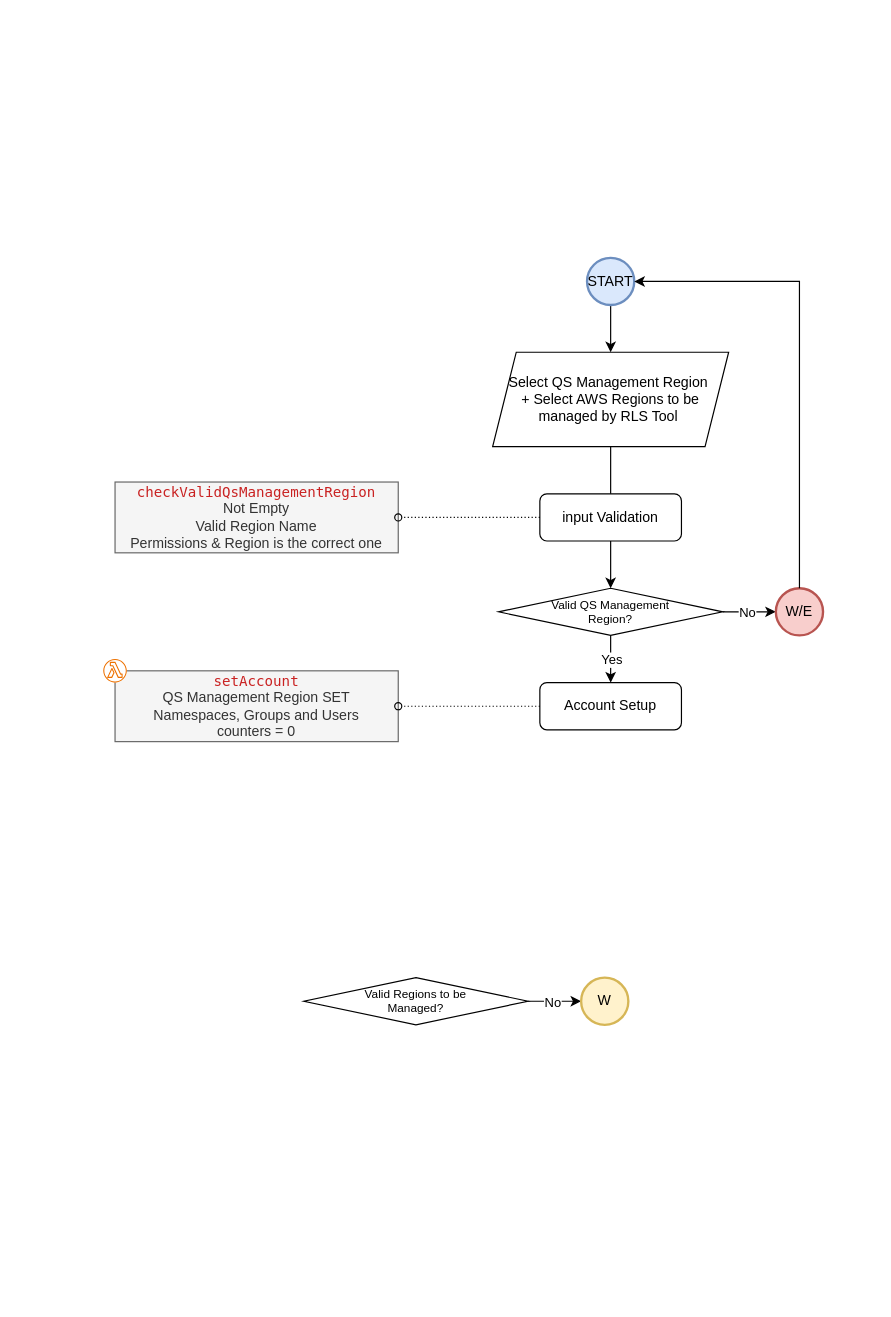
The draw.io diagram page "doAccountInit" (2 of 13) of src/images/RLS - Permission Management Tool.drawio in AndrePhoto/QuickSight-RLS-Manager, before the edit. Source tidied: cells renumbered, new cells numbered last; positions are measured from the earlier drawing's top-left corner, leaving out a move shared by most shapes. Both pictures are drawn from the tidied source at 118%, with x=0, y=0 at pixel (103, 257).
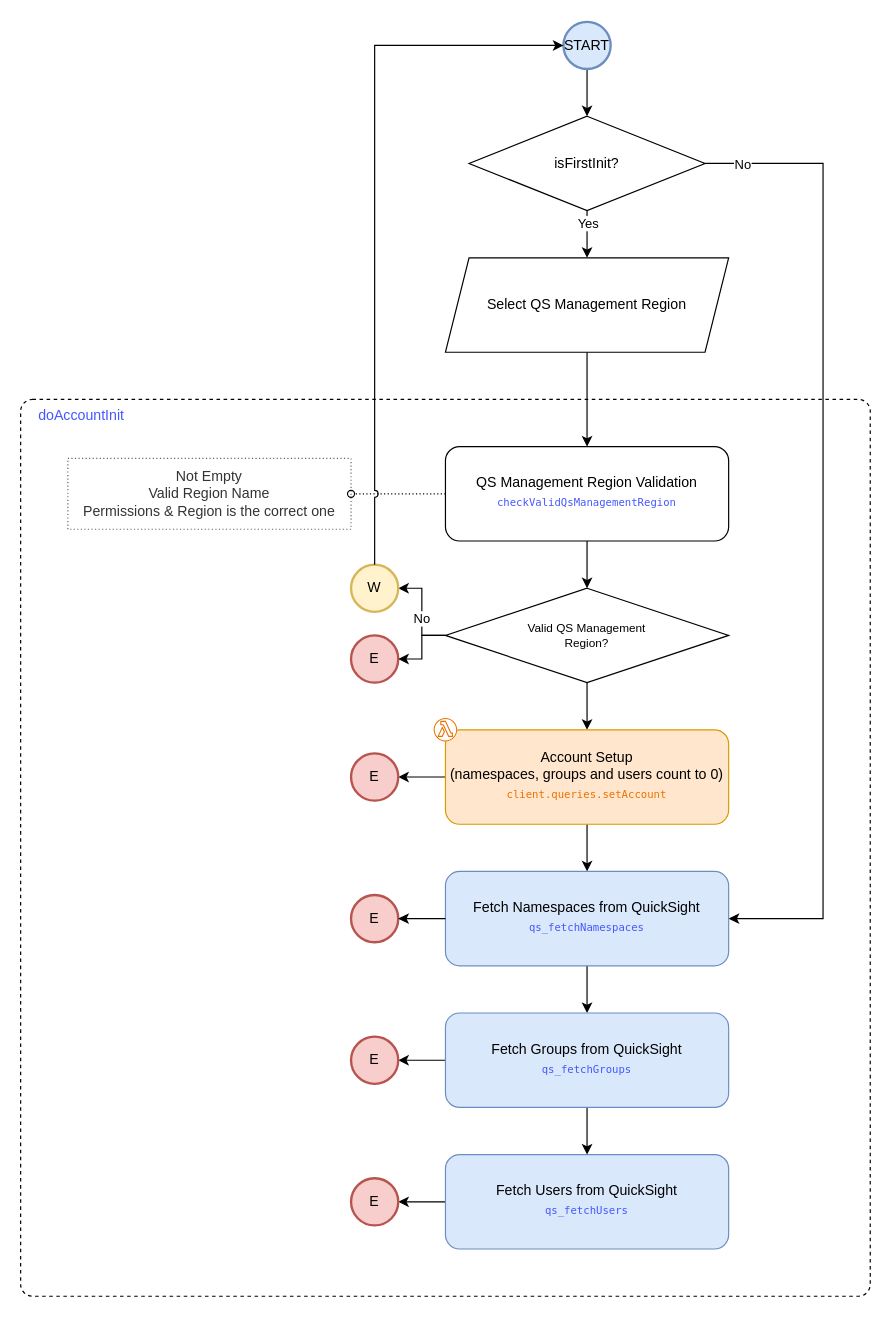
The same diagram, later.

The edit, as a diff of the source:
```diff
@@
-    <mxCell id="2" style="edgeStyle=orthogonalEdgeStyle;rounded=0;jettySize=auto;html=1;" parent="1" edge="1" source="3">
-      <mxGeometry relative="1" as="geometry">
-        <mxPoint x="430" y="80" as="targetPoint" />
-      </mxGeometry>
-    </mxCell>
+    <mxCell id="27" value="&lt;font style=&quot;color: rgb(68, 87, 255);&quot;&gt;&amp;nbsp; &amp;nbsp; doAccountInit&lt;/font&gt;" style="html=1;align=left;verticalAlign=top;rounded=1;absoluteArcSize=1;arcSize=20;dashed=1;whiteSpace=wrap;fillColor=none;" parent="1" vertex="1">
+      <mxGeometry x="-70" y="120" width="720" height="760" as="geometry" />
+    </mxCell>
+    <mxCell id="28" style="edgeStyle=orthogonalEdgeStyle;rounded=0;jettySize=auto;html=1;entryX=0.5;entryY=0;entryDx=0;entryDy=0;" parent="1" edge="1" source="3" target="45">
+      <mxGeometry relative="1" as="geometry" />
+    </mxCell>
     <mxCell id="3" value="START" style="strokeWidth=2;html=1;shape=mxgraph.flowchart.start_2;whiteSpace=wrap;fillColor=#dae8fc;strokeColor=#6c8ebf;" parent="1" vertex="1">
-      <mxGeometry x="410" width="40" height="40" as="geometry" />
+      <mxGeometry x="390" y="-200" width="40" height="40" as="geometry" />
     </mxCell>
-    <mxCell id="4" style="edgeStyle=orthogonalEdgeStyle;rounded=0;orthogonalLoop=1;jettySize=auto;html=1;" parent="1" edge="1">
-      <mxGeometry relative="1" as="geometry">
-        <mxPoint x="430" y="160" as="sourcePoint" />
-        <mxPoint x="430" y="210" as="targetPoint" />
-      </mxGeometry>
-    </mxCell>
-    <mxCell id="5" style="edgeStyle=orthogonalEdgeStyle;rounded=0;jettySize=auto;html=1;" parent="1" edge="1" source="12" target="7">
-      <mxGeometry relative="1" as="geometry" />
-    </mxCell>
-    <mxCell id="6" value="No" style="edgeLabel;html=1;align=center;verticalAlign=middle;" parent="5" vertex="1">
-      <mxGeometry x="-0.11" y="1" relative="1" as="geometry">
-        <mxPoint y="1" as="offset" />
-      </mxGeometry>
-    </mxCell>
-    <mxCell id="7" value="W/E" style="strokeWidth=2;html=1;shape=mxgraph.flowchart.start_2;whiteSpace=wrap;fillColor=#f8cecc;strokeColor=#b85450;" parent="1" vertex="1">
-      <mxGeometry x="570" y="280" width="40" height="40" as="geometry" />
-    </mxCell>
-    <mxCell id="8" style="edgeStyle=orthogonalEdgeStyle;rounded=0;jettySize=auto;html=1;entryX=1;entryY=0.5;entryDx=0;entryDy=0;entryPerimeter=0;" parent="1" edge="1" source="7" target="3">
-      <mxGeometry relative="1" as="geometry">
-        <Array as="points">
-          <mxPoint x="590" y="20" />
-        </Array>
-      </mxGeometry>
-    </mxCell>
-    <mxCell id="9" value="Select QS Management Region&amp;nbsp;&lt;div&gt;+ Select AWS Regions to be managed by RLS Tool&amp;nbsp;&lt;/div&gt;" style="shape=parallelogram;perimeter=parallelogramPerimeter;whiteSpace=wrap;html=1;fixedSize=1;" parent="1" vertex="1">
-      <mxGeometry x="330" y="80" width="200" height="80" as="geometry" />
-    </mxCell>
-    <mxCell id="10" style="edgeStyle=orthogonalEdgeStyle;rounded=0;jettySize=auto;html=1;entryX=0.5;entryY=0;entryDx=0;entryDy=0;" parent="1" edge="1" source="12" target="20">
-      <mxGeometry relative="1" as="geometry">
-        <Array as="points">
-          <mxPoint x="430" y="350" />
-          <mxPoint x="430" y="350" />
-        </Array>
-      </mxGeometry>
-    </mxCell>
-    <mxCell id="11" value="Yes" style="edgeLabel;html=1;align=center;verticalAlign=middle;" parent="10" vertex="1">
-      <mxGeometry relative="1" as="geometry" />
-    </mxCell>
+    <mxCell id="29" style="edgeStyle=orthogonalEdgeStyle;rounded=0;jettySize=auto;html=1;exitX=0.5;exitY=1;exitDx=0;exitDy=0;entryX=0.5;entryY=0;entryDx=0;entryDy=0;" parent="1" edge="1" source="32" target="35">
+      <mxGeometry relative="1" as="geometry" />
+    </mxCell>
+    <mxCell id="30" style="edgeStyle=orthogonalEdgeStyle;rounded=0;jettySize=auto;html=1;" parent="1" edge="1" source="12" target="18">
+      <mxGeometry relative="1" as="geometry" />
+    </mxCell>
+    <mxCell id="31" value="No" style="edgeLabel;html=1;align=center;verticalAlign=middle;" parent="30" vertex="1">
+      <mxGeometry x="-0.11" y="1" relative="1" as="geometry">
+        <mxPoint y="1" as="offset" />
+      </mxGeometry>
+    </mxCell>
+    <mxCell id="18" value="W" style="strokeWidth=2;html=1;shape=mxgraph.flowchart.start_2;whiteSpace=wrap;fillColor=#fff2cc;strokeColor=#d6b656;" parent="1" vertex="1">
+      <mxGeometry x="210" y="260" width="40" height="40" as="geometry" />
+    </mxCell>
+    <mxCell id="32" value="Select QS Management Region" style="shape=parallelogram;perimeter=parallelogramPerimeter;whiteSpace=wrap;html=1;fixedSize=1;" parent="1" vertex="1">
+      <mxGeometry x="290" width="240" height="80" as="geometry" />
+    </mxCell>
+    <mxCell id="33" style="edgeStyle=orthogonalEdgeStyle;rounded=0;jettySize=auto;html=1;entryX=0.5;entryY=0;entryDx=0;entryDy=0;" parent="1" edge="1" source="12" target="39">
+      <mxGeometry relative="1" as="geometry" />
+    </mxCell>
     <mxCell id="12" value="Valid QS Management&lt;div&gt;Region?&lt;/div&gt;" style="rhombus;whiteSpace=wrap;html=1;fontSize=10;" parent="1" vertex="1">
-      <mxGeometry x="335" y="280" width="190" height="40" as="geometry" />
+      <mxGeometry x="290" y="280" width="240" height="80" as="geometry" />
     </mxCell>
-    <mxCell id="13" style="edgeStyle=orthogonalEdgeStyle;rounded=0;jettySize=auto;html=1;" parent="1" edge="1" source="14" target="12">
-      <mxGeometry relative="1" as="geometry" />
-    </mxCell>
-    <mxCell id="14" value="input Validation" style="rounded=1;whiteSpace=wrap;html=1;" parent="1" vertex="1">
-      <mxGeometry x="370" y="200" width="120" height="40" as="geometry" />
-    </mxCell>
-    <mxCell id="15" style="edgeStyle=orthogonalEdgeStyle;rounded=0;jettySize=auto;html=1;" parent="1" edge="1" source="17" target="18">
-      <mxGeometry relative="1" as="geometry" />
-    </mxCell>
-    <mxCell id="16" value="No" style="edgeLabel;html=1;align=center;verticalAlign=middle;" parent="15" vertex="1">
-      <mxGeometry x="-0.13" relative="1" as="geometry" />
-    </mxCell>
-    <mxCell id="17" value="Valid Regions to be&lt;div&gt;Managed?&lt;/div&gt;" style="rhombus;whiteSpace=wrap;html=1;fontSize=10;" parent="1" vertex="1">
-      <mxGeometry x="170" y="610" width="190" height="40" as="geometry" />
-    </mxCell>
-    <mxCell id="18" value="W" style="strokeWidth=2;html=1;shape=mxgraph.flowchart.start_2;whiteSpace=wrap;fillColor=#fff2cc;strokeColor=#d6b656;" parent="1" vertex="1">
-      <mxGeometry x="405" y="610" width="40" height="40" as="geometry" />
-    </mxCell>
-    <mxCell id="19" value="&lt;span style=&quot;font-family: Menlo, Monaco, &amp;quot;Courier New&amp;quot;, monospace; white-space: pre;&quot;&gt;&lt;font style=&quot;color: light-dark(rgb(201, 34, 34), rgb(54, 54, 11));&quot;&gt;checkValidQsManagementRegion&lt;/font&gt;&lt;/span&gt;&lt;div&gt;Not Empty&lt;/div&gt;&lt;div&gt;Valid Region Name&lt;/div&gt;&lt;div&gt;Permissions &amp;amp; Region is the correct one&lt;/div&gt;" style="rounded=0;whiteSpace=wrap;html=1;fillColor=#f5f5f5;strokeColor=#666666;fontColor=#333333;" parent="1" vertex="1">
-      <mxGeometry x="10" y="190" width="240" height="60" as="geometry" />
-    </mxCell>
-    <mxCell id="20" value="Account Setup" style="rounded=1;whiteSpace=wrap;html=1;" parent="1" vertex="1">
-      <mxGeometry x="370" y="360" width="120" height="40" as="geometry" />
-    </mxCell>
-    <mxCell id="21" value="&lt;span style=&quot;font-family: Menlo, Monaco, &amp;quot;Courier New&amp;quot;, monospace; white-space: pre;&quot;&gt;&lt;font style=&quot;color: rgb(201, 34, 34);&quot;&gt;setAccount&lt;/font&gt;&lt;/span&gt;&lt;div&gt;QS Management Region SET&lt;/div&gt;&lt;div&gt;Namespaces, Groups and Users&lt;/div&gt;&lt;div&gt;counters = 0&lt;/div&gt;" style="rounded=0;whiteSpace=wrap;html=1;fillColor=#f5f5f5;strokeColor=#666666;fontColor=#333333;" parent="1" vertex="1">
-      <mxGeometry x="10" y="350" width="240" height="60" as="geometry" />
-    </mxCell>
-    <mxCell id="22" style="edgeStyle=orthogonalEdgeStyle;rounded=0;jettySize=auto;html=1;dashed=1;dashPattern=1 2;endArrow=oval;startFill=0;endFill=0;exitX=0;exitY=0.5;exitDx=0;exitDy=0;entryX=1;entryY=0.5;entryDx=0;entryDy=0;" parent="1" edge="1" source="20" target="21">
-      <mxGeometry relative="1" as="geometry" />
-    </mxCell>
-    <mxCell id="23" style="edgeStyle=orthogonalEdgeStyle;rounded=0;jettySize=auto;html=1;dashed=1;dashPattern=1 2;endArrow=oval;startFill=0;endFill=0;entryX=1;entryY=0.5;entryDx=0;entryDy=0;exitX=0;exitY=0.5;exitDx=0;exitDy=0;" parent="1" edge="1" source="14" target="19">
-      <mxGeometry relative="1" as="geometry" />
-    </mxCell>
-    <mxCell id="24" style="group;" parent="1" vertex="1">
-      <mxGeometry y="340" width="20" height="20" as="geometry" />
-    </mxCell>
+    <mxCell id="34" style="edgeStyle=orthogonalEdgeStyle;rounded=0;jettySize=auto;html=1;" parent="1" edge="1" source="35" target="12">
+      <mxGeometry relative="1" as="geometry" />
+    </mxCell>
+    <mxCell id="35" value="QS Management Region Validation&lt;div&gt;&lt;div style=&quot;font-family: Menlo, Monaco, &amp;quot;Courier New&amp;quot;, monospace; line-height: 18px; white-space: pre;&quot;&gt;&lt;span&gt;&lt;font style=&quot;font-size: 9px; color: rgb(68, 87, 255);&quot;&gt;checkValidQsManagementRegion&lt;/font&gt;&lt;/span&gt;&lt;/div&gt;&lt;/div&gt;" style="rounded=1;whiteSpace=wrap;html=1;" parent="1" vertex="1">
+      <mxGeometry x="290" y="160" width="240" height="80" as="geometry" />
+    </mxCell>
+    <mxCell id="36" value="&lt;div&gt;Not Empty&lt;/div&gt;&lt;div&gt;Valid Region Name&lt;/div&gt;&lt;div&gt;Permissions &amp;amp; Region is the correct one&lt;/div&gt;" style="rounded=0;whiteSpace=wrap;html=1;fillColor=default;strokeColor=#666666;fontColor=#333333;dashed=1;dashPattern=1 2;" parent="1" vertex="1">
+      <mxGeometry x="-30" y="170" width="240" height="60" as="geometry" />
+    </mxCell>
+    <mxCell id="37" style="edgeStyle=orthogonalEdgeStyle;rounded=0;jettySize=auto;html=1;" parent="1" edge="1" source="39" target="49">
+      <mxGeometry relative="1" as="geometry" />
+    </mxCell>
+    <mxCell id="38" style="edgeStyle=orthogonalEdgeStyle;rounded=0;jettySize=auto;html=1;" parent="1" edge="1" source="39" target="51">
+      <mxGeometry relative="1" as="geometry" />
+    </mxCell>
+    <mxCell id="39" value="Account Setup&lt;div&gt;(namespaces, groups and users count to 0)&lt;br&gt;&lt;div&gt;&lt;div style=&quot;font-family: Menlo, Monaco, &amp;quot;Courier New&amp;quot;, monospace; line-height: 18px; white-space: pre;&quot;&gt;&lt;font style=&quot;font-size: 9px; color: rgb(237, 113, 0);&quot;&gt;client.queries.setAccount&lt;/font&gt;&lt;/div&gt;&lt;/div&gt;&lt;/div&gt;" style="rounded=1;whiteSpace=wrap;html=1;fillColor=#ffe6cc;strokeColor=#d79b00;" parent="1" vertex="1">
+      <mxGeometry x="290" y="400" width="240" height="80" as="geometry" />
+    </mxCell>
+    <mxCell id="40" style="edgeStyle=orthogonalEdgeStyle;rounded=0;jettySize=auto;html=1;dashed=1;dashPattern=1 2;endArrow=oval;startFill=0;endFill=0;entryX=1;entryY=0.5;entryDx=0;entryDy=0;exitX=0;exitY=0.5;exitDx=0;exitDy=0;" parent="1" edge="1" source="35" target="36">
+      <mxGeometry relative="1" as="geometry" />
+    </mxCell>
+    <mxCell id="41" style="group;" parent="1" vertex="1">
+      <mxGeometry x="280" y="390" width="20" height="20" as="geometry" />
+    </mxCell>
-    <mxCell id="25" style="ellipse;whiteSpace=wrap;html=1;strokeColor=none;" parent="24" vertex="1">
+    <mxCell id="25" style="ellipse;whiteSpace=wrap;html=1;strokeColor=none;" parent="41" vertex="1">
       <mxGeometry width="20" height="20" as="geometry" />
     </mxCell>
-    <mxCell id="26" style="sketch=0;fontColor=#232F3E;gradientColor=none;fillColor=#ED7100;strokeColor=none;dashed=0;verticalLabelPosition=bottom;verticalAlign=top;align=center;html=1;fontSize=12;fontStyle=0;shape=mxgraph.aws4.lambda_function;" parent="24" vertex="1">
+    <mxCell id="26" style="sketch=0;fontColor=#232F3E;gradientColor=none;fillColor=#ED7100;strokeColor=none;dashed=0;verticalLabelPosition=bottom;verticalAlign=top;align=center;html=1;fontSize=12;fontStyle=0;shape=mxgraph.aws4.lambda_function;" parent="41" vertex="1">
       <mxGeometry width="20" height="20" as="geometry" />
     </mxCell>
+    <mxCell id="42" style="edgeStyle=orthogonalEdgeStyle;rounded=0;jettySize=auto;html=1;entryX=0.5;entryY=0;entryDx=0;entryDy=0;" parent="1" edge="1" source="45" target="32">
+      <mxGeometry relative="1" as="geometry">
+        <Array as="points">
+          <mxPoint x="410" y="-20" />
+          <mxPoint x="410" y="-20" />
+        </Array>
+      </mxGeometry>
+    </mxCell>
+    <mxCell id="11" value="Yes" style="edgeLabel;html=1;align=center;verticalAlign=middle;" parent="42" vertex="1">
+      <mxGeometry x="-0.47" y="2" relative="1" as="geometry">
+        <mxPoint x="-2" y="-1" as="offset" />
+      </mxGeometry>
+    </mxCell>
+    <mxCell id="43" style="edgeStyle=orthogonalEdgeStyle;rounded=0;jettySize=auto;html=1;entryX=1;entryY=0.5;entryDx=0;entryDy=0;" parent="1" edge="1" source="45" target="51">
+      <mxGeometry relative="1" as="geometry">
+        <Array as="points">
+          <mxPoint x="610" y="-80" />
+          <mxPoint x="610" y="560" />
+        </Array>
+      </mxGeometry>
+    </mxCell>
+    <mxCell id="44" value="No" style="edgeLabel;html=1;align=center;verticalAlign=middle;" parent="43" vertex="1">
+      <mxGeometry x="-0.87" y="1" relative="1" as="geometry">
+        <mxPoint x="-22" y="1" as="offset" />
+      </mxGeometry>
+    </mxCell>
+    <mxCell id="45" value="isFirstInit?" style="rhombus;whiteSpace=wrap;html=1;" parent="1" vertex="1">
+      <mxGeometry x="310" y="-120" width="200" height="80" as="geometry" />
+    </mxCell>
+    <mxCell id="46" style="edgeStyle=orthogonalEdgeStyle;rounded=0;jettySize=auto;html=1;entryX=0;entryY=0.5;entryDx=0;entryDy=0;entryPerimeter=0;jumpStyle=arc;" parent="1" edge="1" source="18" target="3">
+      <mxGeometry relative="1" as="geometry">
+        <Array as="points">
+          <mxPoint x="230" y="-180" />
+        </Array>
+      </mxGeometry>
+    </mxCell>
+    <mxCell id="47" value="E" style="strokeWidth=2;html=1;shape=mxgraph.flowchart.start_2;whiteSpace=wrap;fillColor=#f8cecc;strokeColor=#b85450;" parent="1" vertex="1">
+      <mxGeometry x="210" y="320" width="40" height="40" as="geometry" />
+    </mxCell>
+    <mxCell id="48" style="edgeStyle=orthogonalEdgeStyle;rounded=0;jettySize=auto;html=1;entryX=1;entryY=0.5;entryDx=0;entryDy=0;entryPerimeter=0;" parent="1" edge="1" source="12" target="47">
+      <mxGeometry relative="1" as="geometry" />
+    </mxCell>
+    <mxCell id="49" value="E" style="strokeWidth=2;html=1;shape=mxgraph.flowchart.start_2;whiteSpace=wrap;fillColor=#f8cecc;strokeColor=#b85450;" parent="1" vertex="1">
+      <mxGeometry x="210" y="420" width="40" height="40" as="geometry" />
+    </mxCell>
+    <mxCell id="50" style="edgeStyle=orthogonalEdgeStyle;rounded=0;jettySize=auto;html=1;" parent="1" edge="1" source="51" target="54">
+      <mxGeometry relative="1" as="geometry" />
+    </mxCell>
+    <mxCell id="51" value="Fetch Namespaces from QuickSight&lt;div&gt;&lt;div style=&quot;font-family: Menlo, Monaco, &amp;quot;Courier New&amp;quot;, monospace; line-height: 18px; white-space: pre;&quot;&gt;&lt;span&gt;&lt;font style=&quot;color: rgb(68, 87, 255); font-size: 9px;&quot;&gt;qs_fetchNamespaces&lt;/font&gt;&lt;/span&gt;&lt;/div&gt;&lt;/div&gt;" style="rounded=1;whiteSpace=wrap;html=1;fillColor=#dae8fc;strokeColor=#6c8ebf;" parent="1" vertex="1">
+      <mxGeometry x="290" y="520" width="240" height="80" as="geometry" />
+    </mxCell>
+    <mxCell id="52" style="edgeStyle=orthogonalEdgeStyle;rounded=0;jettySize=auto;html=1;" parent="1" edge="1" source="54" target="58">
+      <mxGeometry relative="1" as="geometry" />
+    </mxCell>
+    <mxCell id="53" style="edgeStyle=orthogonalEdgeStyle;rounded=0;jettySize=auto;html=1;" parent="1" edge="1" source="54" target="59">
+      <mxGeometry relative="1" as="geometry" />
+    </mxCell>
+    <mxCell id="54" value="Fetch Groups from QuickSight&lt;div&gt;&lt;div style=&quot;font-family: Menlo, Monaco, &amp;quot;Courier New&amp;quot;, monospace; line-height: 18px; white-space: pre;&quot;&gt;&lt;span&gt;&lt;font style=&quot;color: rgb(68, 87, 255); font-size: 9px;&quot;&gt;qs_fetchGroups&lt;/font&gt;&lt;/span&gt;&lt;/div&gt;&lt;/div&gt;" style="rounded=1;whiteSpace=wrap;html=1;fillColor=#dae8fc;strokeColor=#6c8ebf;" parent="1" vertex="1">
+      <mxGeometry x="290" y="640" width="240" height="80" as="geometry" />
+    </mxCell>
+    <mxCell id="55" value="E" style="strokeWidth=2;html=1;shape=mxgraph.flowchart.start_2;whiteSpace=wrap;fillColor=#f8cecc;strokeColor=#b85450;" parent="1" vertex="1">
+      <mxGeometry x="210" y="540" width="40" height="40" as="geometry" />
+    </mxCell>
+    <mxCell id="56" style="edgeStyle=orthogonalEdgeStyle;rounded=0;jettySize=auto;html=1;entryX=1;entryY=0.5;entryDx=0;entryDy=0;entryPerimeter=0;" parent="1" edge="1" source="51" target="55">
+      <mxGeometry relative="1" as="geometry" />
+    </mxCell>
+    <mxCell id="57" style="edgeStyle=orthogonalEdgeStyle;rounded=0;jettySize=auto;html=1;" parent="1" edge="1" source="58" target="60">
+      <mxGeometry relative="1" as="geometry" />
+    </mxCell>
+    <mxCell id="58" value="Fetch Users from QuickSight&lt;div&gt;&lt;div style=&quot;font-family: Menlo, Monaco, &amp;quot;Courier New&amp;quot;, monospace; line-height: 18px; white-space: pre;&quot;&gt;&lt;span&gt;&lt;font style=&quot;color: rgb(68, 87, 255); font-size: 9px;&quot;&gt;qs_fetchUsers&lt;/font&gt;&lt;/span&gt;&lt;/div&gt;&lt;/div&gt;" style="rounded=1;whiteSpace=wrap;html=1;fillColor=#dae8fc;strokeColor=#6c8ebf;" parent="1" vertex="1">
+      <mxGeometry x="290" y="760" width="240" height="80" as="geometry" />
+    </mxCell>
+    <mxCell id="59" value="E" style="strokeWidth=2;html=1;shape=mxgraph.flowchart.start_2;whiteSpace=wrap;fillColor=#f8cecc;strokeColor=#b85450;" parent="1" vertex="1">
+      <mxGeometry x="210" y="660" width="40" height="40" as="geometry" />
+    </mxCell>
+    <mxCell id="60" value="E" style="strokeWidth=2;html=1;shape=mxgraph.flowchart.start_2;whiteSpace=wrap;fillColor=#f8cecc;strokeColor=#b85450;" parent="1" vertex="1">
+      <mxGeometry x="210" y="780" width="40" height="40" as="geometry" />
+    </mxCell>
```
